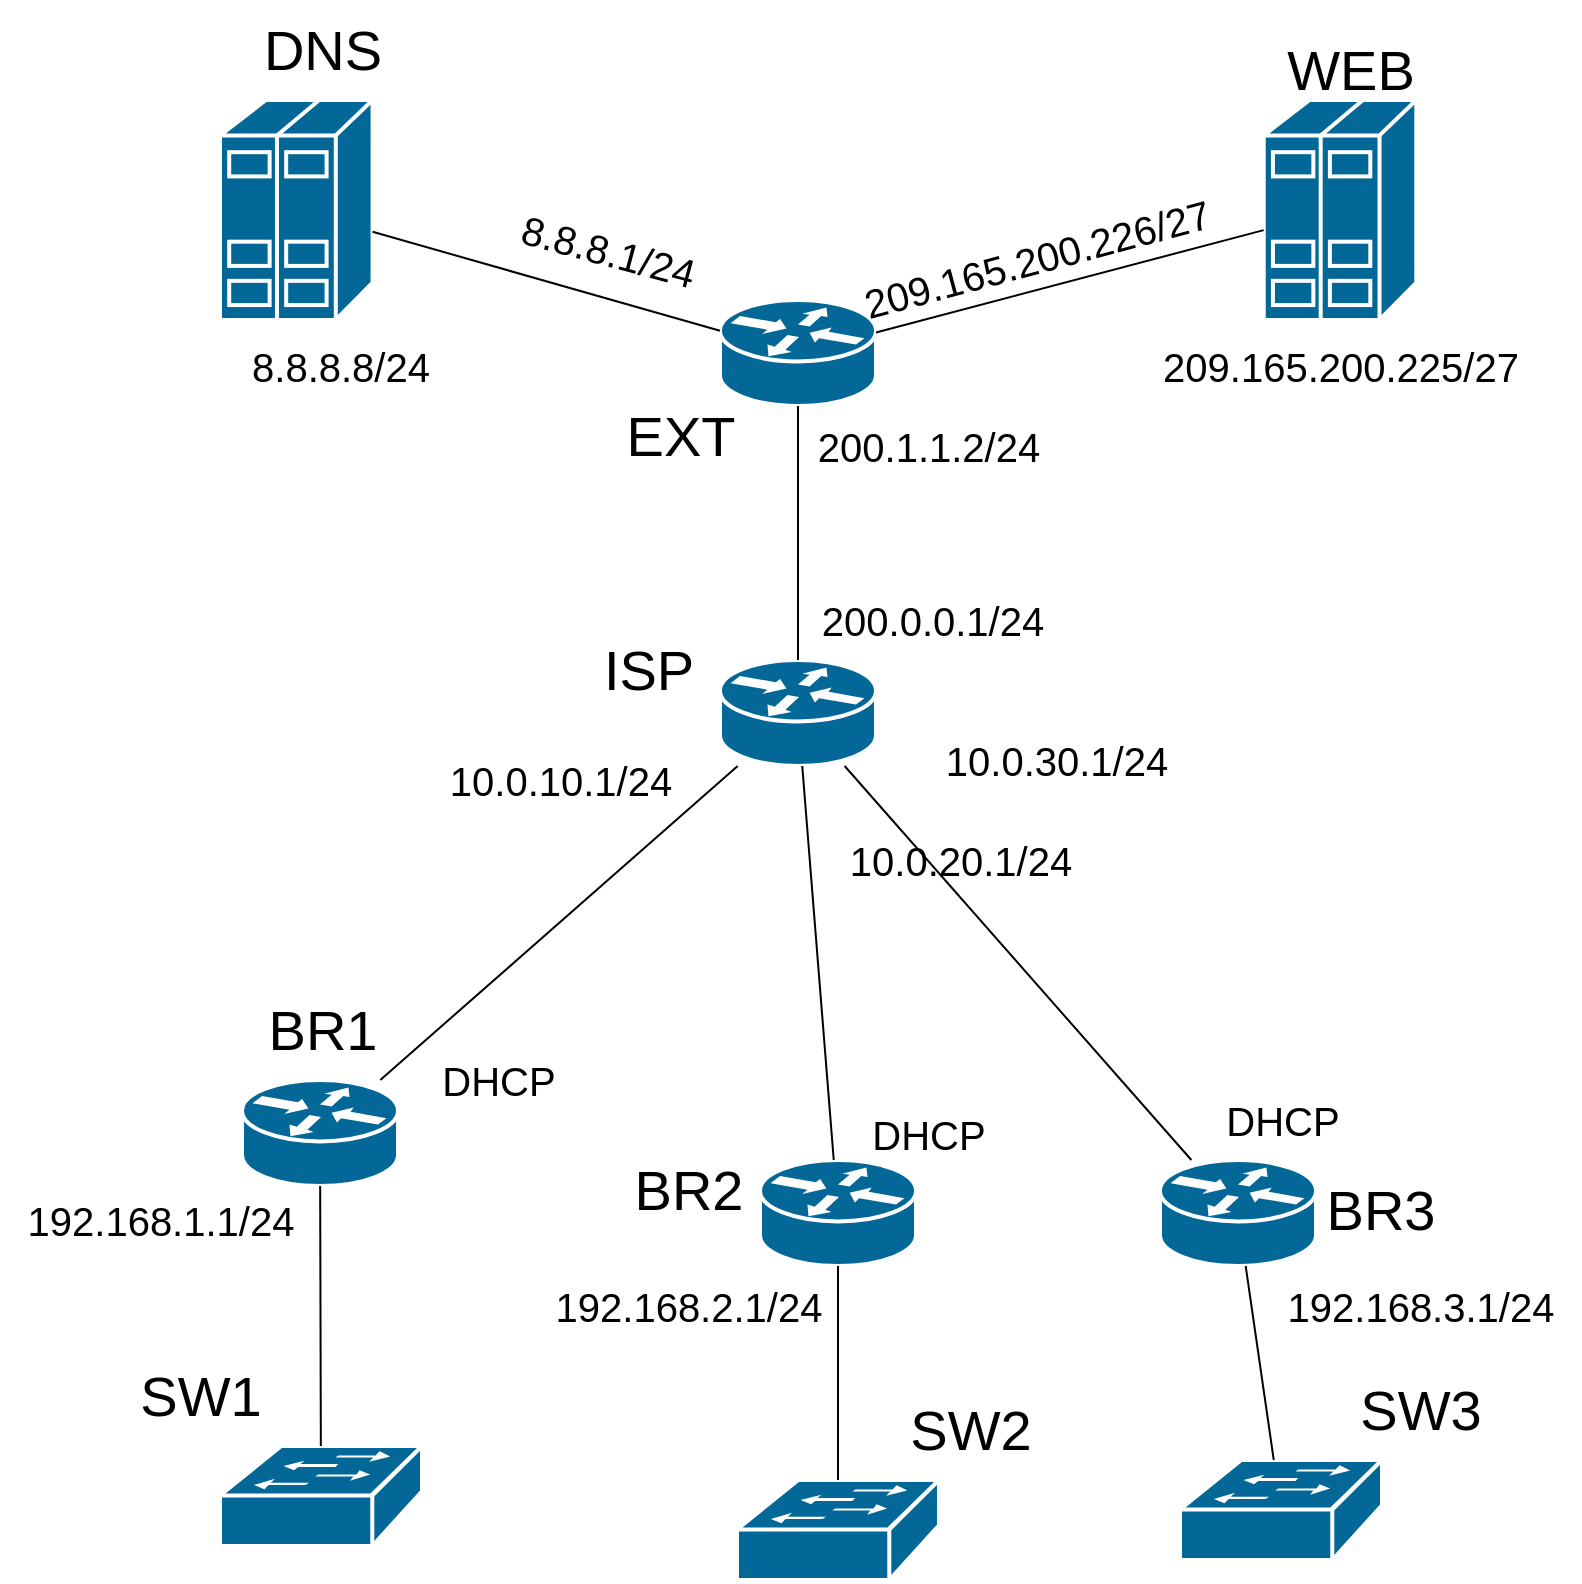
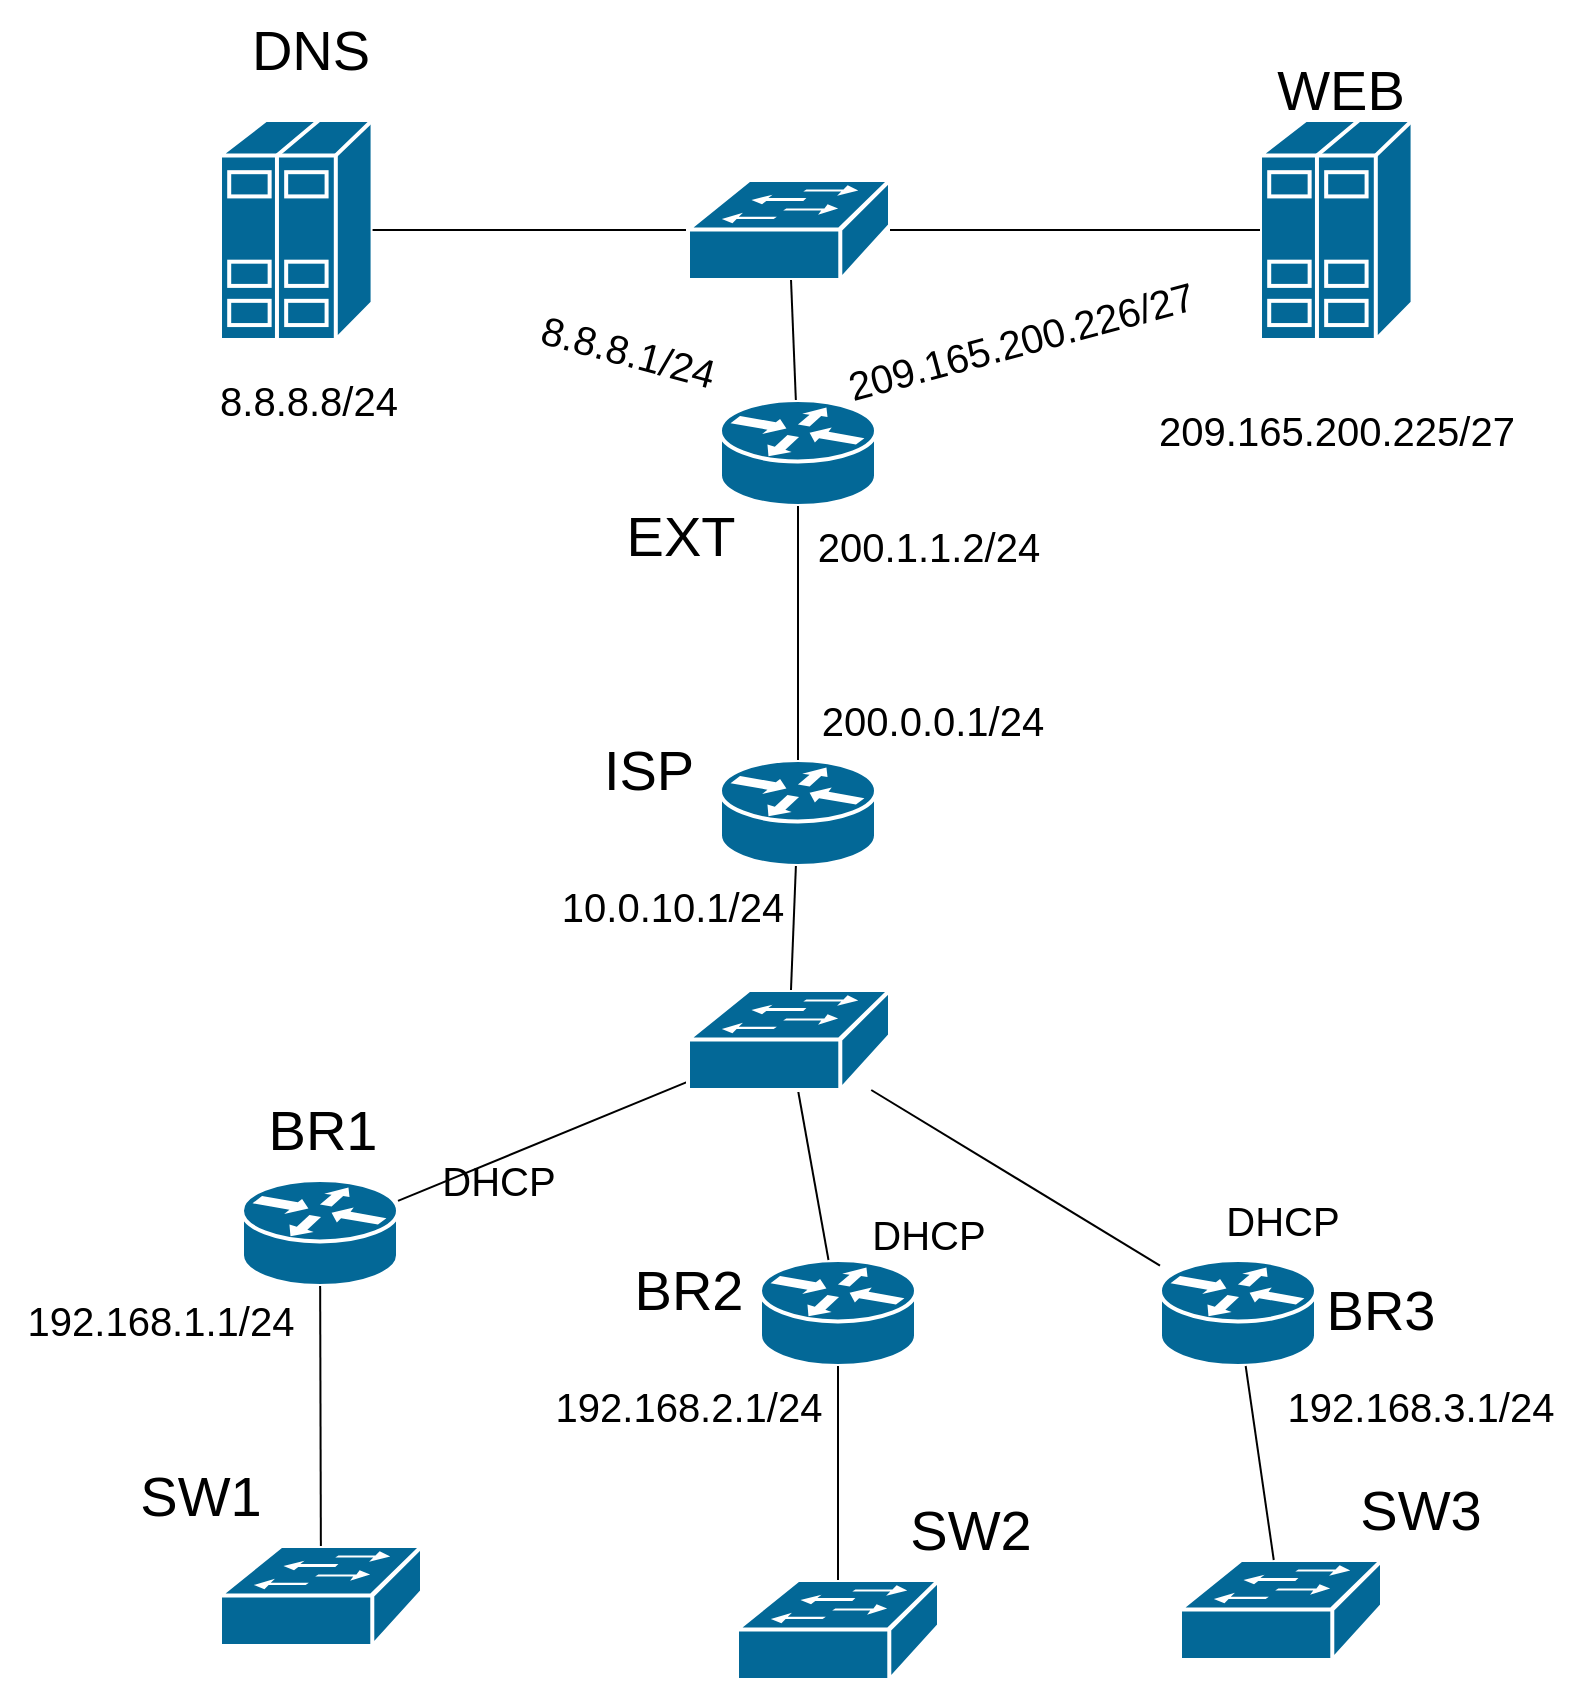
<mxfile host="Electron" agent="Mozilla/5.0 (X11; Linux x86_64) AppleWebKit/537.36 (KHTML, like Gecko) draw.io/28.2.5 Chrome/138.0.7204.251 Electron/37.6.1 Safari/537.36" version="28.2.5">
  <diagram name="Страница — 1" id="ylNGR4urJHYXOgIkOVaw">
-     <mxGraphModel dx="2073" dy="784" grid="1" gridSize="10" guides="1" tooltips="1" connect="1" arrows="1" fold="1" page="1" pageScale="1" pageWidth="827" pageHeight="1169" math="0" shadow="0">
+     <mxGraphModel dx="1699" dy="549" grid="1" gridSize="10" guides="1" tooltips="1" connect="1" arrows="1" fold="1" page="1" pageScale="1" pageWidth="827" pageHeight="1169" math="0" shadow="0">
      <root>
        <mxCell id="0" />
        <mxCell id="1" parent="0" />
-         <mxCell id="MFCDSZYBjW-x3W2pLxE3-1" value="" style="shape=mxgraph.cisco.routers.router;sketch=0;html=1;pointerEvents=1;dashed=0;fillColor=#036897;strokeColor=#ffffff;strokeWidth=2;verticalLabelPosition=bottom;verticalAlign=top;align=center;outlineConnect=0;" vertex="1" parent="1">
+         <mxCell id="MFCDSZYBjW-x3W2pLxE3-1" value="" style="shape=mxgraph.cisco.routers.router;sketch=0;html=1;pointerEvents=1;dashed=0;fillColor=#036897;strokeColor=#ffffff;strokeWidth=2;verticalLabelPosition=bottom;verticalAlign=top;align=center;outlineConnect=0;" parent="1" vertex="1">
          <mxGeometry x="350" y="420" width="78" height="53" as="geometry" />
        </mxCell>
-         <mxCell id="MFCDSZYBjW-x3W2pLxE3-2" value="" style="shape=mxgraph.cisco.routers.router;sketch=0;html=1;pointerEvents=1;dashed=0;fillColor=#036897;strokeColor=#ffffff;strokeWidth=2;verticalLabelPosition=bottom;verticalAlign=top;align=center;outlineConnect=0;" vertex="1" parent="1">
+         <mxCell id="MFCDSZYBjW-x3W2pLxE3-2" value="" style="shape=mxgraph.cisco.routers.router;sketch=0;html=1;pointerEvents=1;dashed=0;fillColor=#036897;strokeColor=#ffffff;strokeWidth=2;verticalLabelPosition=bottom;verticalAlign=top;align=center;outlineConnect=0;" parent="1" vertex="1">
          <mxGeometry x="111" y="630" width="78" height="53" as="geometry" />
        </mxCell>
-         <mxCell id="MFCDSZYBjW-x3W2pLxE3-5" value="" style="shape=mxgraph.cisco.routers.router;sketch=0;html=1;pointerEvents=1;dashed=0;fillColor=#036897;strokeColor=#ffffff;strokeWidth=2;verticalLabelPosition=bottom;verticalAlign=top;align=center;outlineConnect=0;" vertex="1" parent="1">
+         <mxCell id="MFCDSZYBjW-x3W2pLxE3-5" value="" style="shape=mxgraph.cisco.routers.router;sketch=0;html=1;pointerEvents=1;dashed=0;fillColor=#036897;strokeColor=#ffffff;strokeWidth=2;verticalLabelPosition=bottom;verticalAlign=top;align=center;outlineConnect=0;" parent="1" vertex="1">
          <mxGeometry x="370" y="670" width="78" height="53" as="geometry" />
        </mxCell>
-         <mxCell id="MFCDSZYBjW-x3W2pLxE3-6" value="" style="shape=mxgraph.cisco.routers.router;sketch=0;html=1;pointerEvents=1;dashed=0;fillColor=#036897;strokeColor=#ffffff;strokeWidth=2;verticalLabelPosition=bottom;verticalAlign=top;align=center;outlineConnect=0;" vertex="1" parent="1">
+         <mxCell id="MFCDSZYBjW-x3W2pLxE3-6" value="" style="shape=mxgraph.cisco.routers.router;sketch=0;html=1;pointerEvents=1;dashed=0;fillColor=#036897;strokeColor=#ffffff;strokeWidth=2;verticalLabelPosition=bottom;verticalAlign=top;align=center;outlineConnect=0;" parent="1" vertex="1">
          <mxGeometry x="570" y="670" width="78" height="53" as="geometry" />
        </mxCell>
-         <mxCell id="MFCDSZYBjW-x3W2pLxE3-7" value="" style="shape=mxgraph.cisco.switches.workgroup_switch;sketch=0;html=1;pointerEvents=1;dashed=0;fillColor=#036897;strokeColor=#ffffff;strokeWidth=2;verticalLabelPosition=bottom;verticalAlign=top;align=center;outlineConnect=0;" vertex="1" parent="1">
+         <mxCell id="MFCDSZYBjW-x3W2pLxE3-7" value="" style="shape=mxgraph.cisco.switches.workgroup_switch;sketch=0;html=1;pointerEvents=1;dashed=0;fillColor=#036897;strokeColor=#ffffff;strokeWidth=2;verticalLabelPosition=bottom;verticalAlign=top;align=center;outlineConnect=0;" parent="1" vertex="1">
          <mxGeometry x="100" y="813" width="101" height="50" as="geometry" />
        </mxCell>
-         <mxCell id="MFCDSZYBjW-x3W2pLxE3-8" value="" style="shape=mxgraph.cisco.switches.workgroup_switch;sketch=0;html=1;pointerEvents=1;dashed=0;fillColor=#036897;strokeColor=#ffffff;strokeWidth=2;verticalLabelPosition=bottom;verticalAlign=top;align=center;outlineConnect=0;" vertex="1" parent="1">
+         <mxCell id="MFCDSZYBjW-x3W2pLxE3-8" value="" style="shape=mxgraph.cisco.switches.workgroup_switch;sketch=0;html=1;pointerEvents=1;dashed=0;fillColor=#036897;strokeColor=#ffffff;strokeWidth=2;verticalLabelPosition=bottom;verticalAlign=top;align=center;outlineConnect=0;" parent="1" vertex="1">
          <mxGeometry x="358.5" y="830" width="101" height="50" as="geometry" />
        </mxCell>
-         <mxCell id="MFCDSZYBjW-x3W2pLxE3-9" value="" style="shape=mxgraph.cisco.switches.workgroup_switch;sketch=0;html=1;pointerEvents=1;dashed=0;fillColor=#036897;strokeColor=#ffffff;strokeWidth=2;verticalLabelPosition=bottom;verticalAlign=top;align=center;outlineConnect=0;" vertex="1" parent="1">
+         <mxCell id="MFCDSZYBjW-x3W2pLxE3-9" value="" style="shape=mxgraph.cisco.switches.workgroup_switch;sketch=0;html=1;pointerEvents=1;dashed=0;fillColor=#036897;strokeColor=#ffffff;strokeWidth=2;verticalLabelPosition=bottom;verticalAlign=top;align=center;outlineConnect=0;" parent="1" vertex="1">
          <mxGeometry x="580" y="820" width="101" height="50" as="geometry" />
        </mxCell>
-         <mxCell id="MFCDSZYBjW-x3W2pLxE3-10" value="" style="shape=mxgraph.cisco.servers.standard_host;sketch=0;html=1;pointerEvents=1;dashed=0;fillColor=#036897;strokeColor=#ffffff;strokeWidth=2;verticalLabelPosition=bottom;verticalAlign=top;align=center;outlineConnect=0;" vertex="1" parent="1">
-           <mxGeometry x="100" y="140" width="76.29" height="110" as="geometry" />
+         <mxCell id="MFCDSZYBjW-x3W2pLxE3-10" value="" style="shape=mxgraph.cisco.servers.standard_host;sketch=0;html=1;pointerEvents=1;dashed=0;fillColor=#036897;strokeColor=#ffffff;strokeWidth=2;verticalLabelPosition=bottom;verticalAlign=top;align=center;outlineConnect=0;" parent="1" vertex="1">
+           <mxGeometry x="100" y="100" width="76.29" height="110" as="geometry" />
        </mxCell>
-         <mxCell id="MFCDSZYBjW-x3W2pLxE3-11" value="" style="endArrow=none;html=1;rounded=0;" edge="1" parent="1" source="MFCDSZYBjW-x3W2pLxE3-2" target="MFCDSZYBjW-x3W2pLxE3-1">
+         <mxCell id="MFCDSZYBjW-x3W2pLxE3-11" value="" style="endArrow=none;html=1;rounded=0;" parent="1" source="MFCDSZYBjW-x3W2pLxE3-2" target="gsigkRZw5MhzNH1VQSBG-1" edge="1">
          <mxGeometry width="50" height="50" relative="1" as="geometry">
            <mxPoint x="180" y="540" as="sourcePoint" />
            <mxPoint x="230" y="490" as="targetPoint" />
          </mxGeometry>
        </mxCell>
-         <mxCell id="MFCDSZYBjW-x3W2pLxE3-12" value="" style="endArrow=none;html=1;rounded=0;" edge="1" parent="1" source="MFCDSZYBjW-x3W2pLxE3-5" target="MFCDSZYBjW-x3W2pLxE3-1">
+         <mxCell id="MFCDSZYBjW-x3W2pLxE3-12" value="" style="endArrow=none;html=1;rounded=0;" parent="1" source="MFCDSZYBjW-x3W2pLxE3-5" target="gsigkRZw5MhzNH1VQSBG-1" edge="1">
          <mxGeometry width="50" height="50" relative="1" as="geometry">
            <mxPoint x="180" y="540" as="sourcePoint" />
            <mxPoint x="230" y="490" as="targetPoint" />
          </mxGeometry>
        </mxCell>
-         <mxCell id="MFCDSZYBjW-x3W2pLxE3-13" value="" style="endArrow=none;html=1;rounded=0;" edge="1" parent="1" source="MFCDSZYBjW-x3W2pLxE3-6" target="MFCDSZYBjW-x3W2pLxE3-1">
+         <mxCell id="MFCDSZYBjW-x3W2pLxE3-13" value="" style="endArrow=none;html=1;rounded=0;" parent="1" source="MFCDSZYBjW-x3W2pLxE3-6" target="gsigkRZw5MhzNH1VQSBG-1" edge="1">
          <mxGeometry width="50" height="50" relative="1" as="geometry">
            <mxPoint x="180" y="540" as="sourcePoint" />
            <mxPoint x="230" y="490" as="targetPoint" />
          </mxGeometry>
        </mxCell>
-         <mxCell id="MFCDSZYBjW-x3W2pLxE3-15" value="" style="endArrow=none;html=1;rounded=0;" edge="1" parent="1" source="MFCDSZYBjW-x3W2pLxE3-2" target="MFCDSZYBjW-x3W2pLxE3-7">
+         <mxCell id="MFCDSZYBjW-x3W2pLxE3-15" value="" style="endArrow=none;html=1;rounded=0;" parent="1" source="MFCDSZYBjW-x3W2pLxE3-2" target="MFCDSZYBjW-x3W2pLxE3-7" edge="1">
          <mxGeometry width="50" height="50" relative="1" as="geometry">
            <mxPoint x="180" y="540" as="sourcePoint" />
            <mxPoint x="230" y="490" as="targetPoint" />
          </mxGeometry>
        </mxCell>
-         <mxCell id="MFCDSZYBjW-x3W2pLxE3-16" value="" style="endArrow=none;html=1;rounded=0;" edge="1" parent="1" source="MFCDSZYBjW-x3W2pLxE3-5" target="MFCDSZYBjW-x3W2pLxE3-8">
+         <mxCell id="MFCDSZYBjW-x3W2pLxE3-16" value="" style="endArrow=none;html=1;rounded=0;" parent="1" source="MFCDSZYBjW-x3W2pLxE3-5" target="MFCDSZYBjW-x3W2pLxE3-8" edge="1">
          <mxGeometry width="50" height="50" relative="1" as="geometry">
            <mxPoint x="180" y="540" as="sourcePoint" />
            <mxPoint x="230" y="490" as="targetPoint" />
          </mxGeometry>
        </mxCell>
-         <mxCell id="MFCDSZYBjW-x3W2pLxE3-17" value="" style="endArrow=none;html=1;rounded=0;" edge="1" parent="1" source="MFCDSZYBjW-x3W2pLxE3-6" target="MFCDSZYBjW-x3W2pLxE3-9">
+         <mxCell id="MFCDSZYBjW-x3W2pLxE3-17" value="" style="endArrow=none;html=1;rounded=0;" parent="1" source="MFCDSZYBjW-x3W2pLxE3-6" target="MFCDSZYBjW-x3W2pLxE3-9" edge="1">
          <mxGeometry width="50" height="50" relative="1" as="geometry">
            <mxPoint x="180" y="540" as="sourcePoint" />
            <mxPoint x="230" y="490" as="targetPoint" />
          </mxGeometry>
        </mxCell>
-         <mxCell id="MFCDSZYBjW-x3W2pLxE3-19" value="" style="shape=mxgraph.cisco.routers.router;sketch=0;html=1;pointerEvents=1;dashed=0;fillColor=#036897;strokeColor=#ffffff;strokeWidth=2;verticalLabelPosition=bottom;verticalAlign=top;align=center;outlineConnect=0;" vertex="1" parent="1">
+         <mxCell id="MFCDSZYBjW-x3W2pLxE3-19" value="" style="shape=mxgraph.cisco.routers.router;sketch=0;html=1;pointerEvents=1;dashed=0;fillColor=#036897;strokeColor=#ffffff;strokeWidth=2;verticalLabelPosition=bottom;verticalAlign=top;align=center;outlineConnect=0;" parent="1" vertex="1">
          <mxGeometry x="350" y="240" width="78" height="53" as="geometry" />
        </mxCell>
-         <mxCell id="MFCDSZYBjW-x3W2pLxE3-20" value="" style="endArrow=none;html=1;rounded=0;" edge="1" parent="1" source="MFCDSZYBjW-x3W2pLxE3-19" target="MFCDSZYBjW-x3W2pLxE3-1">
+         <mxCell id="MFCDSZYBjW-x3W2pLxE3-20" value="" style="endArrow=none;html=1;rounded=0;" parent="1" source="MFCDSZYBjW-x3W2pLxE3-19" target="MFCDSZYBjW-x3W2pLxE3-1" edge="1">
          <mxGeometry width="50" height="50" relative="1" as="geometry">
            <mxPoint x="180" y="540" as="sourcePoint" />
            <mxPoint x="230" y="490" as="targetPoint" />
          </mxGeometry>
        </mxCell>
-         <mxCell id="MFCDSZYBjW-x3W2pLxE3-21" value="" style="endArrow=none;html=1;rounded=0;" edge="1" parent="1" source="MFCDSZYBjW-x3W2pLxE3-19" target="MFCDSZYBjW-x3W2pLxE3-10">
+         <mxCell id="MFCDSZYBjW-x3W2pLxE3-21" value="" style="endArrow=none;html=1;rounded=0;" parent="1" source="gsigkRZw5MhzNH1VQSBG-3" target="MFCDSZYBjW-x3W2pLxE3-10" edge="1">
          <mxGeometry width="50" height="50" relative="1" as="geometry">
            <mxPoint x="180" y="540" as="sourcePoint" />
            <mxPoint x="230" y="490" as="targetPoint" />
          </mxGeometry>
        </mxCell>
-         <mxCell id="MFCDSZYBjW-x3W2pLxE3-22" value="" style="shape=mxgraph.cisco.servers.standard_host;sketch=0;html=1;pointerEvents=1;dashed=0;fillColor=#036897;strokeColor=#ffffff;strokeWidth=2;verticalLabelPosition=bottom;verticalAlign=top;align=center;outlineConnect=0;" vertex="1" parent="1">
-           <mxGeometry x="621.86" y="140" width="76.29" height="110" as="geometry" />
+         <mxCell id="MFCDSZYBjW-x3W2pLxE3-22" value="" style="shape=mxgraph.cisco.servers.standard_host;sketch=0;html=1;pointerEvents=1;dashed=0;fillColor=#036897;strokeColor=#ffffff;strokeWidth=2;verticalLabelPosition=bottom;verticalAlign=top;align=center;outlineConnect=0;" parent="1" vertex="1">
+           <mxGeometry x="620" y="100" width="76.29" height="110" as="geometry" />
        </mxCell>
-         <mxCell id="MFCDSZYBjW-x3W2pLxE3-23" value="" style="endArrow=none;html=1;rounded=0;" edge="1" parent="1" source="MFCDSZYBjW-x3W2pLxE3-19" target="MFCDSZYBjW-x3W2pLxE3-22">
+         <mxCell id="MFCDSZYBjW-x3W2pLxE3-23" value="" style="endArrow=none;html=1;rounded=0;" parent="1" source="gsigkRZw5MhzNH1VQSBG-3" target="MFCDSZYBjW-x3W2pLxE3-22" edge="1">
          <mxGeometry width="50" height="50" relative="1" as="geometry">
            <mxPoint x="180" y="540" as="sourcePoint" />
            <mxPoint x="230" y="490" as="targetPoint" />
          </mxGeometry>
        </mxCell>
-         <mxCell id="MFCDSZYBjW-x3W2pLxE3-24" value="&lt;font style=&quot;font-size: 28px;&quot;&gt;EXT&lt;/font&gt;" style="text;html=1;align=center;verticalAlign=middle;resizable=0;points=[];autosize=1;strokeColor=none;fillColor=none;" vertex="1" parent="1">
+         <mxCell id="MFCDSZYBjW-x3W2pLxE3-24" value="&lt;font style=&quot;font-size: 28px;&quot;&gt;EXT&lt;/font&gt;" style="text;html=1;align=center;verticalAlign=middle;resizable=0;points=[];autosize=1;strokeColor=none;fillColor=none;" parent="1" vertex="1">
          <mxGeometry x="290" y="283" width="80" height="50" as="geometry" />
        </mxCell>
-         <mxCell id="MFCDSZYBjW-x3W2pLxE3-25" value="&lt;font style=&quot;font-size: 28px;&quot;&gt;DNS&lt;/font&gt;" style="text;html=1;align=center;verticalAlign=middle;resizable=0;points=[];autosize=1;strokeColor=none;fillColor=none;" vertex="1" parent="1">
-           <mxGeometry x="111" y="90" width="80" height="50" as="geometry" />
+         <mxCell id="MFCDSZYBjW-x3W2pLxE3-25" value="&lt;font style=&quot;font-size: 28px;&quot;&gt;DNS&lt;/font&gt;" style="text;html=1;align=center;verticalAlign=middle;resizable=0;points=[];autosize=1;strokeColor=none;fillColor=none;" parent="1" vertex="1">
+           <mxGeometry x="105" y="40" width="80" height="50" as="geometry" />
        </mxCell>
-         <mxCell id="MFCDSZYBjW-x3W2pLxE3-26" value="&lt;font style=&quot;font-size: 28px;&quot;&gt;WEB&lt;/font&gt;" style="text;html=1;align=center;verticalAlign=middle;resizable=0;points=[];autosize=1;strokeColor=none;fillColor=none;" vertex="1" parent="1">
-           <mxGeometry x="620" y="100" width="90" height="50" as="geometry" />
+         <mxCell id="MFCDSZYBjW-x3W2pLxE3-26" value="&lt;font style=&quot;font-size: 28px;&quot;&gt;WEB&lt;/font&gt;" style="text;html=1;align=center;verticalAlign=middle;resizable=0;points=[];autosize=1;strokeColor=none;fillColor=none;" parent="1" vertex="1">
+           <mxGeometry x="615.01" y="60" width="90" height="50" as="geometry" />
        </mxCell>
-         <mxCell id="MFCDSZYBjW-x3W2pLxE3-27" value="&lt;font style=&quot;font-size: 28px;&quot;&gt;ISP&lt;/font&gt;" style="text;html=1;align=center;verticalAlign=middle;resizable=0;points=[];autosize=1;strokeColor=none;fillColor=none;" vertex="1" parent="1">
+         <mxCell id="MFCDSZYBjW-x3W2pLxE3-27" value="&lt;font style=&quot;font-size: 28px;&quot;&gt;ISP&lt;/font&gt;" style="text;html=1;align=center;verticalAlign=middle;resizable=0;points=[];autosize=1;strokeColor=none;fillColor=none;" parent="1" vertex="1">
          <mxGeometry x="279" y="400" width="70" height="50" as="geometry" />
        </mxCell>
-         <mxCell id="MFCDSZYBjW-x3W2pLxE3-28" value="&lt;font style=&quot;font-size: 28px;&quot;&gt;BR1&lt;/font&gt;" style="text;html=1;align=center;verticalAlign=middle;resizable=0;points=[];autosize=1;strokeColor=none;fillColor=none;" vertex="1" parent="1">
+         <mxCell id="MFCDSZYBjW-x3W2pLxE3-28" value="&lt;font style=&quot;font-size: 28px;&quot;&gt;BR1&lt;/font&gt;" style="text;html=1;align=center;verticalAlign=middle;resizable=0;points=[];autosize=1;strokeColor=none;fillColor=none;" parent="1" vertex="1">
          <mxGeometry x="111" y="580" width="80" height="50" as="geometry" />
        </mxCell>
-         <mxCell id="MFCDSZYBjW-x3W2pLxE3-29" value="&lt;font style=&quot;font-size: 28px;&quot;&gt;BR2&lt;/font&gt;" style="text;html=1;align=center;verticalAlign=middle;resizable=0;points=[];autosize=1;strokeColor=none;fillColor=none;" vertex="1" parent="1">
+         <mxCell id="MFCDSZYBjW-x3W2pLxE3-29" value="&lt;font style=&quot;font-size: 28px;&quot;&gt;BR2&lt;/font&gt;" style="text;html=1;align=center;verticalAlign=middle;resizable=0;points=[];autosize=1;strokeColor=none;fillColor=none;" parent="1" vertex="1">
          <mxGeometry x="294" y="660" width="80" height="50" as="geometry" />
        </mxCell>
-         <mxCell id="MFCDSZYBjW-x3W2pLxE3-30" value="&lt;font style=&quot;font-size: 28px;&quot;&gt;BR3&lt;/font&gt;" style="text;html=1;align=center;verticalAlign=middle;resizable=0;points=[];autosize=1;strokeColor=none;fillColor=none;" vertex="1" parent="1">
+         <mxCell id="MFCDSZYBjW-x3W2pLxE3-30" value="&lt;font style=&quot;font-size: 28px;&quot;&gt;BR3&lt;/font&gt;" style="text;html=1;align=center;verticalAlign=middle;resizable=0;points=[];autosize=1;strokeColor=none;fillColor=none;" parent="1" vertex="1">
          <mxGeometry x="640" y="670" width="80" height="50" as="geometry" />
        </mxCell>
-         <mxCell id="MFCDSZYBjW-x3W2pLxE3-31" value="&lt;font style=&quot;font-size: 28px;&quot;&gt;SW1&lt;/font&gt;" style="text;html=1;align=center;verticalAlign=middle;resizable=0;points=[];autosize=1;strokeColor=none;fillColor=none;" vertex="1" parent="1">
+         <mxCell id="MFCDSZYBjW-x3W2pLxE3-31" value="&lt;font style=&quot;font-size: 28px;&quot;&gt;SW1&lt;/font&gt;" style="text;html=1;align=center;verticalAlign=middle;resizable=0;points=[];autosize=1;strokeColor=none;fillColor=none;" parent="1" vertex="1">
          <mxGeometry x="50" y="763" width="80" height="50" as="geometry" />
        </mxCell>
-         <mxCell id="MFCDSZYBjW-x3W2pLxE3-32" value="&lt;font style=&quot;font-size: 28px;&quot;&gt;SW2&lt;/font&gt;" style="text;html=1;align=center;verticalAlign=middle;resizable=0;points=[];autosize=1;strokeColor=none;fillColor=none;" vertex="1" parent="1">
+         <mxCell id="MFCDSZYBjW-x3W2pLxE3-32" value="&lt;font style=&quot;font-size: 28px;&quot;&gt;SW2&lt;/font&gt;" style="text;html=1;align=center;verticalAlign=middle;resizable=0;points=[];autosize=1;strokeColor=none;fillColor=none;" parent="1" vertex="1">
          <mxGeometry x="435" y="780" width="80" height="50" as="geometry" />
        </mxCell>
-         <mxCell id="MFCDSZYBjW-x3W2pLxE3-33" value="&lt;font style=&quot;font-size: 28px;&quot;&gt;SW3&lt;/font&gt;" style="text;html=1;align=center;verticalAlign=middle;resizable=0;points=[];autosize=1;strokeColor=none;fillColor=none;" vertex="1" parent="1">
+         <mxCell id="MFCDSZYBjW-x3W2pLxE3-33" value="&lt;font style=&quot;font-size: 28px;&quot;&gt;SW3&lt;/font&gt;" style="text;html=1;align=center;verticalAlign=middle;resizable=0;points=[];autosize=1;strokeColor=none;fillColor=none;" parent="1" vertex="1">
          <mxGeometry x="660" y="770" width="80" height="50" as="geometry" />
        </mxCell>
-         <mxCell id="MFCDSZYBjW-x3W2pLxE3-34" value="&lt;font style=&quot;font-size: 20px;&quot;&gt;192.168.1.1/24&lt;/font&gt;" style="text;html=1;align=center;verticalAlign=middle;resizable=0;points=[];autosize=1;strokeColor=none;fillColor=none;" vertex="1" parent="1">
+         <mxCell id="MFCDSZYBjW-x3W2pLxE3-34" value="&lt;font style=&quot;font-size: 20px;&quot;&gt;192.168.1.1/24&lt;/font&gt;" style="text;html=1;align=center;verticalAlign=middle;resizable=0;points=[];autosize=1;strokeColor=none;fillColor=none;" parent="1" vertex="1">
          <mxGeometry x="-10" y="680" width="160" height="40" as="geometry" />
        </mxCell>
-         <mxCell id="MFCDSZYBjW-x3W2pLxE3-35" value="&lt;font style=&quot;font-size: 20px;&quot;&gt;192.168.2&lt;/font&gt;&lt;span style=&quot;font-size: 20px; background-color: transparent; color: light-dark(rgb(0, 0, 0), rgb(255, 255, 255));&quot;&gt;.1/24&lt;/span&gt;" style="text;html=1;align=center;verticalAlign=middle;resizable=0;points=[];autosize=1;strokeColor=none;fillColor=none;" vertex="1" parent="1">
+         <mxCell id="MFCDSZYBjW-x3W2pLxE3-35" value="&lt;font style=&quot;font-size: 20px;&quot;&gt;192.168.2&lt;/font&gt;&lt;span style=&quot;font-size: 20px; background-color: transparent; color: light-dark(rgb(0, 0, 0), rgb(255, 255, 255));&quot;&gt;.1/24&lt;/span&gt;" style="text;html=1;align=center;verticalAlign=middle;resizable=0;points=[];autosize=1;strokeColor=none;fillColor=none;" parent="1" vertex="1">
          <mxGeometry x="254" y="723" width="160" height="40" as="geometry" />
        </mxCell>
-         <mxCell id="MFCDSZYBjW-x3W2pLxE3-36" value="&lt;font style=&quot;font-size: 20px;&quot;&gt;DHCP&lt;/font&gt;" style="text;html=1;align=center;verticalAlign=middle;resizable=0;points=[];autosize=1;strokeColor=none;fillColor=none;" vertex="1" parent="1">
+         <mxCell id="MFCDSZYBjW-x3W2pLxE3-36" value="&lt;font style=&quot;font-size: 20px;&quot;&gt;DHCP&lt;/font&gt;" style="text;html=1;align=center;verticalAlign=middle;resizable=0;points=[];autosize=1;strokeColor=none;fillColor=none;" parent="1" vertex="1">
          <mxGeometry x="414" y="636.5" width="80" height="40" as="geometry" />
        </mxCell>
-         <mxCell id="MFCDSZYBjW-x3W2pLxE3-37" value="&lt;font style=&quot;font-size: 20px;&quot;&gt;DHCP&lt;/font&gt;" style="text;html=1;align=center;verticalAlign=middle;resizable=0;points=[];autosize=1;strokeColor=none;fillColor=none;" vertex="1" parent="1">
+         <mxCell id="MFCDSZYBjW-x3W2pLxE3-37" value="&lt;font style=&quot;font-size: 20px;&quot;&gt;DHCP&lt;/font&gt;" style="text;html=1;align=center;verticalAlign=middle;resizable=0;points=[];autosize=1;strokeColor=none;fillColor=none;" parent="1" vertex="1">
          <mxGeometry x="199" y="610" width="80" height="40" as="geometry" />
        </mxCell>
-         <mxCell id="MFCDSZYBjW-x3W2pLxE3-39" value="&lt;font style=&quot;font-size: 20px;&quot;&gt;DHCP&lt;/font&gt;" style="text;html=1;align=center;verticalAlign=middle;resizable=0;points=[];autosize=1;strokeColor=none;fillColor=none;" vertex="1" parent="1">
+         <mxCell id="MFCDSZYBjW-x3W2pLxE3-39" value="&lt;font style=&quot;font-size: 20px;&quot;&gt;DHCP&lt;/font&gt;" style="text;html=1;align=center;verticalAlign=middle;resizable=0;points=[];autosize=1;strokeColor=none;fillColor=none;" parent="1" vertex="1">
          <mxGeometry x="590.5" y="630" width="80" height="40" as="geometry" />
        </mxCell>
-         <mxCell id="MFCDSZYBjW-x3W2pLxE3-41" value="&lt;font style=&quot;font-size: 20px;&quot;&gt;192.168.3.1/24&lt;/font&gt;" style="text;html=1;align=center;verticalAlign=middle;resizable=0;points=[];autosize=1;strokeColor=none;fillColor=none;" vertex="1" parent="1">
+         <mxCell id="MFCDSZYBjW-x3W2pLxE3-41" value="&lt;font style=&quot;font-size: 20px;&quot;&gt;192.168.3.1/24&lt;/font&gt;" style="text;html=1;align=center;verticalAlign=middle;resizable=0;points=[];autosize=1;strokeColor=none;fillColor=none;" parent="1" vertex="1">
          <mxGeometry x="620" y="723" width="160" height="40" as="geometry" />
        </mxCell>
-         <mxCell id="MFCDSZYBjW-x3W2pLxE3-42" value="&lt;font style=&quot;font-size: 20px;&quot;&gt;10.0.30.1/24&lt;/font&gt;" style="text;html=1;align=center;verticalAlign=middle;resizable=0;points=[];autosize=1;strokeColor=none;fillColor=none;" vertex="1" parent="1">
-           <mxGeometry x="453" y="450" width="130" height="40" as="geometry" />
+         <mxCell id="MFCDSZYBjW-x3W2pLxE3-44" value="&lt;font style=&quot;font-size: 20px;&quot;&gt;10.0.10.1/24&lt;/font&gt;" style="text;html=1;align=center;verticalAlign=middle;resizable=0;points=[];autosize=1;strokeColor=none;fillColor=none;" parent="1" vertex="1">
+           <mxGeometry x="261" y="473" width="130" height="40" as="geometry" />
        </mxCell>
-         <mxCell id="MFCDSZYBjW-x3W2pLxE3-44" value="&lt;font style=&quot;font-size: 20px;&quot;&gt;10.0.10.1/24&lt;/font&gt;" style="text;html=1;align=center;verticalAlign=middle;resizable=0;points=[];autosize=1;strokeColor=none;fillColor=none;" vertex="1" parent="1">
-           <mxGeometry x="205" y="460" width="130" height="40" as="geometry" />
-         </mxCell>
-         <mxCell id="MFCDSZYBjW-x3W2pLxE3-46" value="&lt;font style=&quot;font-size: 20px;&quot;&gt;10.0.20.1/24&lt;/font&gt;" style="text;html=1;align=center;verticalAlign=middle;resizable=0;points=[];autosize=1;strokeColor=none;fillColor=none;" vertex="1" parent="1">
-           <mxGeometry x="405" y="500" width="130" height="40" as="geometry" />
-         </mxCell>
-         <mxCell id="MFCDSZYBjW-x3W2pLxE3-47" value="&lt;font style=&quot;font-size: 20px;&quot;&gt;200.0.0.1/24&lt;/font&gt;" style="text;html=1;align=center;verticalAlign=middle;resizable=0;points=[];autosize=1;strokeColor=none;fillColor=none;" vertex="1" parent="1">
+         <mxCell id="MFCDSZYBjW-x3W2pLxE3-47" value="&lt;font style=&quot;font-size: 20px;&quot;&gt;200.0.0.1/24&lt;/font&gt;" style="text;html=1;align=center;verticalAlign=middle;resizable=0;points=[];autosize=1;strokeColor=none;fillColor=none;" parent="1" vertex="1">
          <mxGeometry x="391" y="380" width="130" height="40" as="geometry" />
        </mxCell>
-         <mxCell id="MFCDSZYBjW-x3W2pLxE3-48" value="&lt;font style=&quot;font-size: 20px;&quot;&gt;200.1.1.2/24&lt;/font&gt;" style="text;html=1;align=center;verticalAlign=middle;resizable=0;points=[];autosize=1;strokeColor=none;fillColor=none;" vertex="1" parent="1">
+         <mxCell id="MFCDSZYBjW-x3W2pLxE3-48" value="&lt;font style=&quot;font-size: 20px;&quot;&gt;200.1.1.2/24&lt;/font&gt;" style="text;html=1;align=center;verticalAlign=middle;resizable=0;points=[];autosize=1;strokeColor=none;fillColor=none;" parent="1" vertex="1">
          <mxGeometry x="389" y="293" width="130" height="40" as="geometry" />
        </mxCell>
-         <mxCell id="MFCDSZYBjW-x3W2pLxE3-49" value="&lt;font style=&quot;font-size: 20px;&quot;&gt;8.8.8.8/24&lt;/font&gt;" style="text;html=1;align=center;verticalAlign=middle;resizable=0;points=[];autosize=1;strokeColor=none;fillColor=none;" vertex="1" parent="1">
-           <mxGeometry x="105" y="253" width="110" height="40" as="geometry" />
+         <mxCell id="MFCDSZYBjW-x3W2pLxE3-49" value="&lt;font style=&quot;font-size: 20px;&quot;&gt;8.8.8.8/24&lt;/font&gt;" style="text;html=1;align=center;verticalAlign=middle;resizable=0;points=[];autosize=1;strokeColor=none;fillColor=none;" parent="1" vertex="1">
+           <mxGeometry x="89" y="220" width="110" height="40" as="geometry" />
        </mxCell>
-         <mxCell id="MFCDSZYBjW-x3W2pLxE3-50" value="&lt;span style=&quot;font-size: 20px;&quot;&gt;209.165.200.225/27&lt;/span&gt;" style="text;html=1;align=center;verticalAlign=middle;resizable=0;points=[];autosize=1;strokeColor=none;fillColor=none;" vertex="1" parent="1">
-           <mxGeometry x="560.01" y="253" width="200" height="40" as="geometry" />
+         <mxCell id="MFCDSZYBjW-x3W2pLxE3-50" value="&lt;span style=&quot;font-size: 20px;&quot;&gt;209.165.200.225/27&lt;/span&gt;" style="text;html=1;align=center;verticalAlign=middle;resizable=0;points=[];autosize=1;strokeColor=none;fillColor=none;" parent="1" vertex="1">
+           <mxGeometry x="558.14" y="235" width="200" height="40" as="geometry" />
        </mxCell>
-         <mxCell id="MFCDSZYBjW-x3W2pLxE3-51" value="&lt;p&gt;&lt;font style=&quot;font-size: 20px;&quot;&gt;209.165.200.226/27&lt;/font&gt;&lt;/p&gt;" style="text;html=1;align=center;verticalAlign=middle;resizable=0;points=[];autosize=1;strokeColor=none;fillColor=none;rotation=-15;strokeWidth=4;" vertex="1" parent="1">
-           <mxGeometry x="408" y="189" width="200" height="60" as="geometry" />
+         <mxCell id="MFCDSZYBjW-x3W2pLxE3-51" value="&lt;p&gt;&lt;font style=&quot;font-size: 20px;&quot;&gt;209.165.200.226/27&lt;/font&gt;&lt;/p&gt;" style="text;html=1;align=center;verticalAlign=middle;resizable=0;points=[];autosize=1;strokeColor=none;fillColor=none;rotation=-15;strokeWidth=4;" parent="1" vertex="1">
+           <mxGeometry x="400" y="180" width="200" height="60" as="geometry" />
        </mxCell>
-         <mxCell id="MFCDSZYBjW-x3W2pLxE3-52" value="&lt;font style=&quot;font-size: 20px;&quot;&gt;8.8.8.1/24&lt;/font&gt;" style="text;html=1;align=center;verticalAlign=middle;resizable=0;points=[];autosize=1;strokeColor=none;fillColor=none;rotation=15;" vertex="1" parent="1">
-           <mxGeometry x="239" y="195" width="110" height="40" as="geometry" />
+         <mxCell id="MFCDSZYBjW-x3W2pLxE3-52" value="&lt;font style=&quot;font-size: 20px;&quot;&gt;8.8.8.1/24&lt;/font&gt;" style="text;html=1;align=center;verticalAlign=middle;resizable=0;points=[];autosize=1;strokeColor=none;fillColor=none;rotation=15;" parent="1" vertex="1">
+           <mxGeometry x="248.5" y="195" width="110" height="40" as="geometry" />
+         </mxCell>
+         <mxCell id="gsigkRZw5MhzNH1VQSBG-1" value="" style="shape=mxgraph.cisco.switches.workgroup_switch;sketch=0;html=1;pointerEvents=1;dashed=0;fillColor=#036897;strokeColor=#ffffff;strokeWidth=2;verticalLabelPosition=bottom;verticalAlign=top;align=center;outlineConnect=0;" vertex="1" parent="1">
+           <mxGeometry x="334" y="535" width="101" height="50" as="geometry" />
+         </mxCell>
+         <mxCell id="gsigkRZw5MhzNH1VQSBG-2" value="" style="endArrow=none;html=1;rounded=0;" edge="1" parent="1" source="MFCDSZYBjW-x3W2pLxE3-1" target="gsigkRZw5MhzNH1VQSBG-1">
+           <mxGeometry width="50" height="50" relative="1" as="geometry">
+             <mxPoint x="180" y="540" as="sourcePoint" />
+             <mxPoint x="230" y="490" as="targetPoint" />
+           </mxGeometry>
+         </mxCell>
+         <mxCell id="gsigkRZw5MhzNH1VQSBG-3" value="" style="shape=mxgraph.cisco.switches.workgroup_switch;sketch=0;html=1;pointerEvents=1;dashed=0;fillColor=#036897;strokeColor=#ffffff;strokeWidth=2;verticalLabelPosition=bottom;verticalAlign=top;align=center;outlineConnect=0;" vertex="1" parent="1">
+           <mxGeometry x="334" y="130" width="101" height="50" as="geometry" />
+         </mxCell>
+         <mxCell id="gsigkRZw5MhzNH1VQSBG-5" value="" style="endArrow=none;html=1;rounded=0;" edge="1" parent="1" source="gsigkRZw5MhzNH1VQSBG-3" target="MFCDSZYBjW-x3W2pLxE3-19">
+           <mxGeometry width="50" height="50" relative="1" as="geometry">
+             <mxPoint x="180" y="540" as="sourcePoint" />
+             <mxPoint x="230" y="490" as="targetPoint" />
+           </mxGeometry>
        </mxCell>
      </root>
    </mxGraphModel>
  </diagram>
</mxfile>
